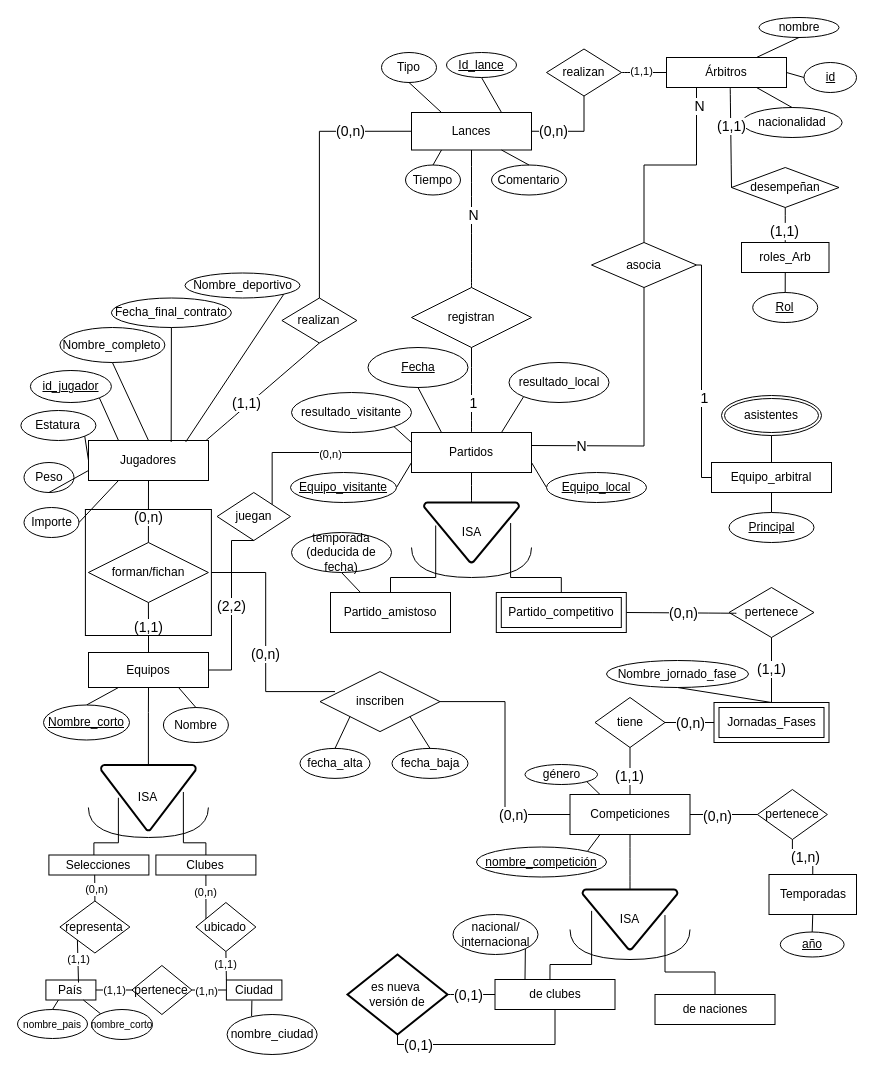
Above: page "Page-1" (1 of 2) of BBDD/Diagrama E-R.drawio in aloantony/TrabajosEnGrupoGII-DalilaTony (draw.io), before the change. Source tidied: cells renumbered, new cells numbered last; positions are measured from the earlier drawing's top-left corner, leaving out a move shared by most shapes. Both pictures are drawn from the tidied source at 100%, with x=0, y=0 at pixel (17, 17).
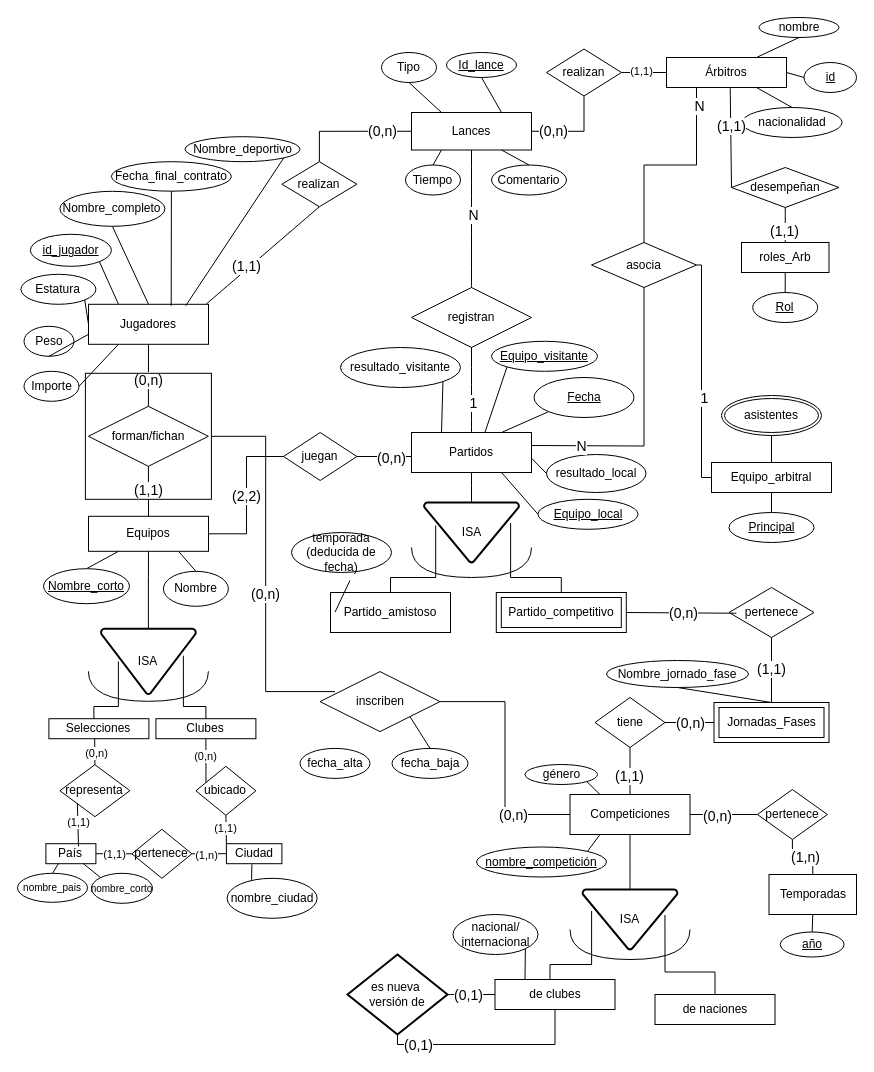
After the change.

Unchanged cells that the change refers to:
```xml
<mxCell id="2" value="Partidos" style="rounded=0;whiteSpace=wrap;html=1;" parent="1" vertex="1">
  <mxGeometry x="394" y="415" width="120" height="40" as="geometry" />
</mxCell>
<mxCell id="22" value="Partido_amistoso" style="rounded=0;whiteSpace=wrap;html=1;" parent="1" vertex="1">
  <mxGeometry x="313" y="575" width="120" height="40" as="geometry" />
</mxCell>
<mxCell id="29" value="temporada&lt;div&gt;(deducida de fecha)&lt;/div&gt;" style="ellipse;whiteSpace=wrap;html=1;" parent="1" vertex="1">
  <mxGeometry x="274" y="515" width="100" height="40" as="geometry" />
</mxCell>
<mxCell id="36" value="inscriben" style="shape=rhombus;perimeter=rhombusPerimeter;whiteSpace=wrap;html=1;align=center;" parent="1" vertex="1">
  <mxGeometry x="302.5" y="654.1" width="120" height="60" as="geometry" />
</mxCell>
<mxCell id="44" value="fecha_alta" style="ellipse;whiteSpace=wrap;html=1;align=center;" parent="1" vertex="1">
  <mxGeometry x="282.5" y="730.9" width="70" height="30" as="geometry" />
</mxCell>
```

The edit, as a diff of the source:
```diff
@@
     <mxCell id="3" value="Equipos" style="rounded=0;whiteSpace=wrap;html=1;" parent="1" vertex="1">
-      <mxGeometry x="71" y="635" width="120" height="35" as="geometry" />
+      <mxGeometry x="71" y="498.8" width="120" height="35" as="geometry" />
     </mxCell>
     <mxCell id="4" value="Nombre" style="ellipse;whiteSpace=wrap;html=1;" parent="1" vertex="1">
-      <mxGeometry x="145.9" y="690" width="65" height="35" as="geometry" />
+      <mxGeometry x="145.9" y="553.8" width="65" height="35" as="geometry" />
     </mxCell>
@@
     <mxCell id="9" value="Jugadores" style="rounded=0;whiteSpace=wrap;html=1;" parent="1" vertex="1">
-      <mxGeometry x="71" y="423" width="120" height="40" as="geometry" />
+      <mxGeometry x="71" y="286.8" width="120" height="40" as="geometry" />
     </mxCell>
     <mxCell id="10" value="Nombre_completo" style="ellipse;whiteSpace=wrap;html=1;" parent="1" vertex="1">
-      <mxGeometry x="42.4" y="310" width="105" height="35" as="geometry" />
+      <mxGeometry x="42.4" y="173.8" width="105" height="35" as="geometry" />
     </mxCell>
     <mxCell id="11" value="Nombre_deportivo" style="ellipse;whiteSpace=wrap;html=1;" parent="1" vertex="1">
-      <mxGeometry x="167.5" y="255.5" width="115" height="25" as="geometry" />
+      <mxGeometry x="167.5" y="119.2" width="115" height="25" as="geometry" />
     </mxCell>
     <mxCell id="12" value="Peso" style="ellipse;whiteSpace=wrap;html=1;" parent="1" vertex="1">
-      <mxGeometry x="6.5" y="445" width="50" height="30" as="geometry" />
+      <mxGeometry x="6.5" y="308.8" width="50" height="30" as="geometry" />
     </mxCell>
     <mxCell id="13" value="Estatura" style="ellipse;whiteSpace=wrap;html=1;" parent="1" vertex="1">
-      <mxGeometry x="3.4" y="393" width="75" height="30" as="geometry" />
+      <mxGeometry x="3.4" y="256.8" width="75" height="30" as="geometry" />
     </mxCell>
     <mxCell id="14" value="Fecha_final_contrato" style="ellipse;whiteSpace=wrap;html=1;" parent="1" vertex="1">
-      <mxGeometry x="93.9" y="280.5" width="120" height="29.5" as="geometry" />
+      <mxGeometry x="93.9" y="144.2" width="120" height="29.5" as="geometry" />
     </mxCell>
     <mxCell id="15" value="Importe" style="ellipse;whiteSpace=wrap;html=1;" parent="1" vertex="1">
-      <mxGeometry x="6.5" y="490" width="55" height="30" as="geometry" />
+      <mxGeometry x="6.5" y="353.8" width="55" height="30" as="geometry" />
     </mxCell>
@@
     <mxCell id="20" value="resultado_local" style="ellipse;whiteSpace=wrap;html=1;" parent="1" vertex="1">
-      <mxGeometry x="491.5" y="345" width="100" height="40" as="geometry" />
+      <mxGeometry x="529" y="437" width="99.5" height="38" as="geometry" />
     </mxCell>
     <mxCell id="21" value="resultado_visitante" style="ellipse;whiteSpace=wrap;html=1;" parent="1" vertex="1">
-      <mxGeometry x="274" y="375" width="120" height="40" as="geometry" />
+      <mxGeometry x="323" y="330" width="120" height="40" as="geometry" />
     </mxCell>
@@
     <mxCell id="30" value="forman/fichan" style="shape=rhombus;perimeter=rhombusPerimeter;whiteSpace=wrap;html=1;align=center;" parent="1" vertex="1">
-      <mxGeometry x="70.9" y="525" width="120" height="60" as="geometry" />
+      <mxGeometry x="70.9" y="388.8" width="120" height="60" as="geometry" />
     </mxCell>
@@
     <mxCell id="32" value="realizan" style="shape=rhombus;perimeter=rhombusPerimeter;whiteSpace=wrap;html=1;align=center;" parent="1" vertex="1">
-      <mxGeometry x="264.4" y="280.5" width="75" height="45" as="geometry" />
+      <mxGeometry x="264.4" y="144.2" width="75" height="45" as="geometry" />
     </mxCell>
@@
     <mxCell id="49" value="ISA" style="strokeWidth=2;html=1;shape=mxgraph.flowchart.merge_or_storage;whiteSpace=wrap;" parent="1" vertex="1">
-      <mxGeometry x="83.4" y="747.5" width="95" height="65.5" as="geometry" />
+      <mxGeometry x="83.4" y="611.2" width="95" height="65.5" as="geometry" />
     </mxCell>
     <mxCell id="50" value="Selecciones" style="rounded=0;whiteSpace=wrap;html=1;" parent="1" vertex="1">
-      <mxGeometry x="31.4" y="837.5" width="100" height="20" as="geometry" />
+      <mxGeometry x="31.4" y="701.2" width="100" height="20" as="geometry" />
     </mxCell>
     <mxCell id="51" value="Clubes" style="rounded=0;whiteSpace=wrap;html=1;" parent="1" vertex="1">
-      <mxGeometry x="138.4" y="837.5" width="100" height="20" as="geometry" />
+      <mxGeometry x="138.4" y="701.2" width="100" height="20" as="geometry" />
     </mxCell>
@@
     <mxCell id="75" style="endArrow=none;html=1;rounded=0;fontSize=12;startSize=8;endSize=8;entryX=0.5;entryY=1;entryDx=0;entryDy=0;edgeStyle=elbowEdgeStyle;elbow=vertical;exitX=0.5;exitY=0;exitDx=0;exitDy=0;exitPerimeter=0;" parent="1" edge="1" source="49" target="3">
       <mxGeometry relative="1" as="geometry">
         <Array as="points">
-          <mxPoint x="139" y="695" />
+          <mxPoint x="139" y="558.8" />
         </Array>
       </mxGeometry>
     </mxCell>
@@
-    <mxCell id="114" style="endArrow=none;html=1;rounded=0;entryX=0;entryY=1;entryDx=0;entryDy=0;exitX=0.75;exitY=0;exitDx=0;exitDy=0;" parent="1" edge="1" source="2" target="20">
+    <mxCell id="114" style="endArrow=none;html=1;rounded=0;entryX=0;entryY=0.5;entryDx=0;entryDy=0;exitX=1;exitY=0.642;exitDx=0;exitDy=0;exitPerimeter=0;" parent="1" edge="1" source="2" target="20">
       <mxGeometry relative="1" as="geometry" />
     </mxCell>
-    <mxCell id="115" style="endArrow=none;html=1;rounded=0;entryX=0.25;entryY=0;entryDx=0;entryDy=0;exitX=0.5;exitY=1;exitDx=0;exitDy=0;" parent="1" edge="1" source="151" target="2">
+    <mxCell id="115" style="endArrow=none;html=1;rounded=0;entryX=0.75;entryY=0;entryDx=0;entryDy=0;exitX=0;exitY=1;exitDx=0;exitDy=0;" parent="1" edge="1" source="151" target="2">
       <mxGeometry relative="1" as="geometry" />
     </mxCell>
-    <mxCell id="116" style="endArrow=none;html=1;rounded=0;entryX=1;entryY=1;entryDx=0;entryDy=0;exitX=0;exitY=0.25;exitDx=0;exitDy=0;" parent="1" edge="1" source="2" target="21">
+    <mxCell id="116" style="endArrow=none;html=1;rounded=0;entryX=1;entryY=1;entryDx=0;entryDy=0;exitX=0.25;exitY=0;exitDx=0;exitDy=0;" parent="1" edge="1" source="2" target="21">
       <mxGeometry relative="1" as="geometry" />
     </mxCell>
-    <mxCell id="117" style="endArrow=none;html=1;rounded=0;entryX=0;entryY=0.75;entryDx=0;entryDy=0;exitX=1;exitY=0.5;exitDx=0;exitDy=0;" parent="1" edge="1" source="149" target="2">
+    <mxCell id="117" style="endArrow=none;html=1;rounded=0;entryX=0.611;entryY=0.008;entryDx=0;entryDy=0;exitX=0;exitY=1;exitDx=0;exitDy=0;entryPerimeter=0;" parent="1" edge="1" source="149" target="2">
       <mxGeometry relative="1" as="geometry" />
     </mxCell>
-    <mxCell id="118" style="endArrow=none;html=1;rounded=0;entryX=1;entryY=0.75;entryDx=0;entryDy=0;exitX=0;exitY=0.5;exitDx=0;exitDy=0;" parent="1" edge="1" source="150" target="2">
+    <mxCell id="118" style="endArrow=none;html=1;rounded=0;entryX=0.75;entryY=1;entryDx=0;entryDy=0;exitX=0;exitY=0.5;exitDx=0;exitDy=0;" parent="1" edge="1" source="150" target="2">
       <mxGeometry relative="1" as="geometry" />
     </mxCell>
-    <mxCell id="119" style="endArrow=none;html=1;rounded=0;entryX=0.5;entryY=1;entryDx=0;entryDy=0;exitX=0.25;exitY=0;exitDx=0;exitDy=0;" parent="1" edge="1" source="22" target="29">
-      <mxGeometry relative="1" as="geometry" />
-    </mxCell>
@@
-    <mxCell id="132" style="endArrow=none;html=1;rounded=0;entryX=0;entryY=1;entryDx=0;entryDy=0;exitX=0.5;exitY=0;exitDx=0;exitDy=0;" parent="1" edge="1" source="44" target="36">
-      <mxGeometry relative="1" as="geometry" />
+    <mxCell id="132" style="endArrow=none;html=1;rounded=0;entryX=0;entryY=1;entryDx=0;entryDy=0;exitX=0.5;exitY=0;exitDx=0;exitDy=0;" parent="1" edge="1">
+      <mxGeometry relative="1" as="geometry">
+        <mxPoint x="317.5" y="594.7" as="sourcePoint" />
+        <mxPoint x="332.5" y="562.8" as="targetPoint" />
+      </mxGeometry>
     </mxCell>
@@
     <mxCell id="138" value="juegan" style="shape=rhombus;perimeter=rhombusPerimeter;whiteSpace=wrap;html=1;align=center;" parent="1" vertex="1">
-      <mxGeometry x="199.6" y="475" width="73.4" height="48" as="geometry" />
+      <mxGeometry x="266" y="415" width="73.4" height="48" as="geometry" />
     </mxCell>
-    <mxCell id="139" style="endArrow=none;html=1;rounded=0;entryX=0.5;entryY=1;entryDx=0;entryDy=0;exitX=1;exitY=0.5;exitDx=0;exitDy=0;edgeStyle=elbowEdgeStyle;" parent="1" edge="1" source="3" target="138">
+    <mxCell id="139" style="endArrow=none;html=1;rounded=0;entryX=0;entryY=0.5;entryDx=0;entryDy=0;exitX=1;exitY=0.5;exitDx=0;exitDy=0;edgeStyle=elbowEdgeStyle;" parent="1" edge="1" source="3" target="138">
       <mxGeometry relative="1" as="geometry" />
     </mxCell>
@@
-    <mxCell id="141" style="endArrow=none;html=1;rounded=0;exitX=1;exitY=0;exitDx=0;exitDy=0;entryX=0;entryY=0.5;entryDx=0;entryDy=0;edgeStyle=elbowEdgeStyle;elbow=vertical;" parent="1" edge="1" source="138" target="2">
+    <mxCell id="141" style="endArrow=none;html=1;rounded=0;exitX=1;exitY=0.5;exitDx=0;exitDy=0;entryX=0;entryY=0.5;entryDx=0;entryDy=0;edgeStyle=elbowEdgeStyle;elbow=vertical;" parent="1" edge="1" source="138" target="2">
       <mxGeometry relative="1" as="geometry">
         <Array as="points">
-          <mxPoint x="299" y="435" />
+          <mxPoint x="370" y="439" />
         </Array>
       </mxGeometry>
     </mxCell>
-    <mxCell id="142" value="(0,n)" style="edgeLabel;html=1;align=center;verticalAlign=middle;" parent="141" vertex="1">
+    <mxCell id="142" value="&lt;font style=&quot;font-size: 14px;&quot;&gt;(0,n)&lt;/font&gt;" style="edgeLabel;html=1;align=center;verticalAlign=middle;" parent="141" vertex="1">
       <mxGeometry x="0.15" y="-1" relative="1" as="geometry" />
     </mxCell>
     <mxCell id="143" value="Nombre_corto" style="ellipse;whiteSpace=wrap;html=1;align=center;fontStyle=4;" parent="1" vertex="1">
-      <mxGeometry x="26" y="687.5" width="86" height="35" as="geometry" />
+      <mxGeometry x="26" y="551.2" width="86" height="35" as="geometry" />
     </mxCell>
@@
     <mxCell id="148" value="id_jugador" style="ellipse;whiteSpace=wrap;html=1;align=center;fontStyle=4;" parent="1" vertex="1">
-      <mxGeometry x="12.9" y="353" width="81" height="32" as="geometry" />
+      <mxGeometry x="12.9" y="216.8" width="81" height="32" as="geometry" />
     </mxCell>
     <mxCell id="149" value="Equipo_visitante" style="ellipse;whiteSpace=wrap;html=1;align=center;fontStyle=4;" parent="1" vertex="1">
-      <mxGeometry x="273" y="455" width="106" height="30" as="geometry" />
+      <mxGeometry x="474" y="323.8" width="106" height="30" as="geometry" />
     </mxCell>
     <mxCell id="150" value="Equipo_local" style="ellipse;whiteSpace=wrap;html=1;align=center;fontStyle=4;" parent="1" vertex="1">
-      <mxGeometry x="529" y="455" width="100" height="30" as="geometry" />
+      <mxGeometry x="520.5" y="481.8" width="100" height="30" as="geometry" />
     </mxCell>
     <mxCell id="151" value="Fecha" style="ellipse;whiteSpace=wrap;html=1;align=center;fontStyle=4;" parent="1" vertex="1">
-      <mxGeometry x="350.5" y="330" width="100" height="40" as="geometry" />
+      <mxGeometry x="516.5" y="360" width="100" height="40" as="geometry" />
     </mxCell>
@@
     <mxCell id="156" style="shape=requiredInterface;html=1;verticalLabelPosition=bottom;sketch=0;rotation=90;" parent="1" vertex="1">
-      <mxGeometry x="115.9" y="745" width="30" height="120" as="geometry" />
+      <mxGeometry x="115.9" y="608.8" width="30" height="120" as="geometry" />
     </mxCell>
     <mxCell id="157" value="País" style="rounded=0;whiteSpace=wrap;html=1;" parent="1" vertex="1">
-      <mxGeometry x="28.4" y="962.5" width="50" height="20" as="geometry" />
+      <mxGeometry x="28.4" y="826.2" width="50" height="20" as="geometry" />
     </mxCell>
     <mxCell id="158" value="Ciudad" style="rounded=0;whiteSpace=wrap;html=1;" parent="1" vertex="1">
-      <mxGeometry x="208.9" y="962.5" width="55.5" height="20" as="geometry" />
+      <mxGeometry x="208.9" y="826.2" width="55.5" height="20" as="geometry" />
     </mxCell>
     <mxCell id="159" value="&lt;font style=&quot;font-size: 10px;&quot;&gt;nombre_pais&lt;/font&gt;" style="ellipse;whiteSpace=wrap;html=1;" parent="1" vertex="1">
-      <mxGeometry y="992" width="70" height="29" as="geometry" />
+      <mxGeometry y="855.8" width="70" height="29" as="geometry" />
     </mxCell>
     <mxCell id="160" value="&lt;font style=&quot;font-size: 10px;&quot;&gt;nombre_corto&lt;/font&gt;" style="ellipse;whiteSpace=wrap;html=1;" parent="1" vertex="1">
-      <mxGeometry x="74" y="992" width="61" height="30" as="geometry" />
+      <mxGeometry x="74" y="855.8" width="61" height="30" as="geometry" />
     </mxCell>
     <mxCell id="161" value="nombre_ciudad" style="ellipse;whiteSpace=wrap;html=1;" parent="1" vertex="1">
-      <mxGeometry x="209.6" y="997" width="90" height="40" as="geometry" />
+      <mxGeometry x="209.6" y="860.8" width="90" height="40" as="geometry" />
     </mxCell>
     <mxCell id="162" value="pertenece" style="shape=rhombus;perimeter=rhombusPerimeter;whiteSpace=wrap;html=1;align=center;" parent="1" vertex="1">
-      <mxGeometry x="114.4" y="948" width="60" height="49" as="geometry" />
+      <mxGeometry x="114.4" y="811.8" width="60" height="49" as="geometry" />
     </mxCell>
@@
     <mxCell id="167" value="ubicado" style="shape=rhombus;perimeter=rhombusPerimeter;whiteSpace=wrap;html=1;align=center;" parent="1" vertex="1">
-      <mxGeometry x="178.4" y="885" width="60" height="49" as="geometry" />
+      <mxGeometry x="178.4" y="748.8" width="60" height="49" as="geometry" />
     </mxCell>
@@
     <mxCell id="170" value="representa" style="shape=rhombus;perimeter=rhombusPerimeter;whiteSpace=wrap;html=1;align=center;" parent="1" vertex="1">
-      <mxGeometry x="42.4" y="883.5" width="70" height="52" as="geometry" />
+      <mxGeometry x="42.4" y="747.2" width="70" height="52" as="geometry" />
     </mxCell>
@@
     <mxCell id="173" style="endArrow=none;html=1;rounded=0;exitX=0.283;exitY=0.038;exitDx=0;exitDy=0;exitPerimeter=0;" parent="1" edge="1">
       <mxGeometry relative="1" as="geometry">
-        <mxPoint x="234.1" y="998.5" as="sourcePoint" />
-        <mxPoint x="234.4" y="983" as="targetPoint" />
+        <mxPoint x="234.1" y="862.3" as="sourcePoint" />
+        <mxPoint x="234.4" y="846.8" as="targetPoint" />
       </mxGeometry>
     </mxCell>
@@
     <mxCell id="181" style="whiteSpace=wrap;html=1;fillColor=none;" parent="1" vertex="1">
-      <mxGeometry x="67.9" y="492" width="126" height="126" as="geometry" />
+      <mxGeometry x="67.9" y="355.8" width="126" height="126" as="geometry" />
     </mxCell>
```
